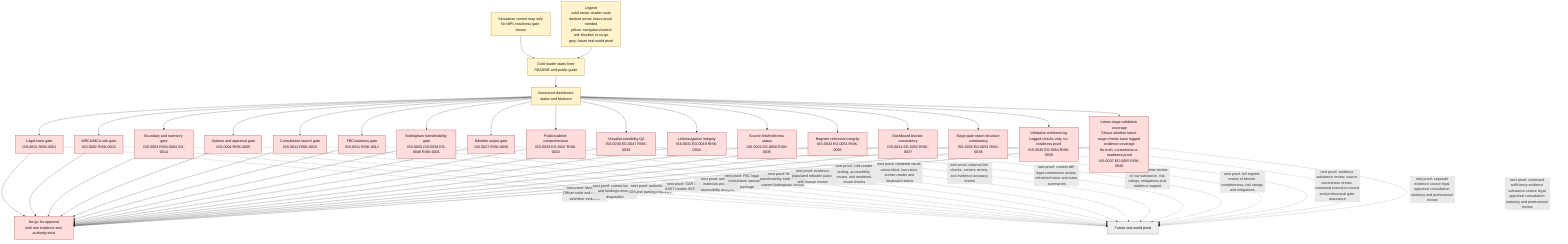
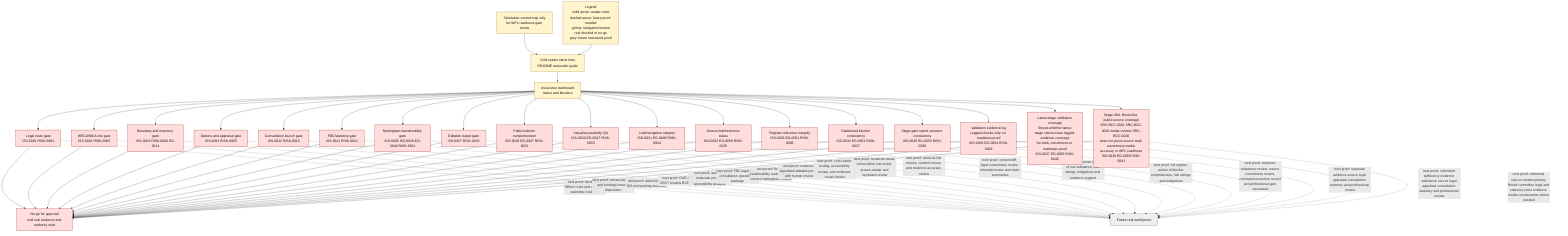
flowchart TD
    Caption["Simulation control map only<br/>No WPL readiness gate closes"]
    Legend["Legend<br/>solid arrow: reader route<br/>dashed arrow: future proof needed<br/>yellow: navigation/control<br/>red: blocked or no-go<br/>grey: future real-world proof"]
    Caption --> Start
    Legend --> Start
    Start["Cold reader starts here<br/>README and public guide"] --> Dash["Assurance dashboard<br/>status and blockers"]
    Dash --> Legal["Legal route gate<br/>ISS-0001 RISK-0001"]
    Dash --> WECA["WECA/MCA role gate<br/>ISS-0002 RISK-0002"]
    Dash --> Spatial["Boundary and inventory gate<br/>ISS-0003 RISK-0004 EG-0014"]
    Dash --> Appraisal["Options and appraisal gate<br/>ISS-0004 RISK-0005"]
    Dash --> Consult["Consultation launch gate<br/>ISS-0012 RISK-0015"]
    Dash --> FBC["FBC/statutory gate<br/>ISS-0011 RISK-0014"]
    Dash --> Nottingham["Nottingham transferability gate<br/>ISS-0005 ISS-0028 EG-0046 RISK-0031"]
    Dash --> Authoring["Editable output gate<br/>ISS-0027 RISK-0030"]
    Dash --> Comprehension["Public/cabinet comprehension<br/>ISS-0029 EG-0047 RISK-0032"]
    Dash --> VisualQA["Visual/accessibility QA<br/>ISS-0030 EG-0047 RISK-0033"]
    Dash --> NavigationQA["Link/navigation integrity<br/>ISS-0031 EG-0049 RISK-0034"]
    Dash --> SourceFreshness["Source-link/freshness status<br/>ISS-0032 EG-0050 RISK-0035"]
    Dash --> RegisterIntegrity["Register reference integrity<br/>ISS-0033 EG-0051 RISK-0036"]
    Dash --> DashboardConsistency["Dashboard blocker consistency<br/>ISS-0034 EG-0052 RISK-0037"]
    Dash --> GateReportQA["Stage-gate report structure consistency<br/>ISS-0035 EG-0053 RISK-0038"]
    Dash --> ValidationEvidence["Validation evidence log<br/>Logged checks only; no readiness proof<br/>ISS-0036 EG-0054 RISK-0039"]
    Dash --> ValidationCoverage["Latest-stage validation coverage<br/>Shows whether latest-stage checks have logged evidence coverage<br/>No truth, currentness or readiness proof<br/>ISS-0037 EG-0055 RISK-0040"]
+     Dash --> BristolPublicSources["Stage 28A: Bristol live public-source coverage<br/>SRC-BCC-0001 SRC-BCC-0002 media context SRC-BCC-0020<br/>does not prove source truth currentness media accuracy or WPL readiness<br/>ISS-0038 EG-0056 RISK-0041"]

    Legal --> NoGo["No-go for approval<br/>until real evidence and authority exist"]
    WECA --> NoGo
    Spatial --> NoGo
    Appraisal --> NoGo
    Consult --> NoGo
    FBC --> NoGo
    Nottingham --> NoGo
    Authoring --> NoGo
    Comprehension --> NoGo
    VisualQA --> NoGo
    NavigationQA --> NoGo
    SourceFreshness --> NoGo
    RegisterIntegrity --> NoGo
    DashboardConsistency --> NoGo
    GateReportQA --> NoGo
    ValidationEvidence --> NoGo
    ValidationCoverage --> NoGo
+     BristolPublicSources --> NoGo

    Legal -. "next proof: Monitoring Officer route and statutory submitter evidence" .-> Proof["Future real-world proof"]
    WECA -. "next proof: current-law role and funding/consent disposition" .-> Proof
    Spatial -. "next proof: authoritative GIS and parking inventory" .-> Proof
    Appraisal -. "next proof: OAR ASR ASST models BCR VFM" .-> Proof
    Consult -. "next proof: authority materials privacy accessibility analysis" .-> Proof
    FBC -. "next proof: FBC legal S151 consultation operations package" .-> Proof
    Nottingham -. "next proof: Bristol transferability evidence and current Nottingham refresh" .-> Proof
    Authoring -. "next proof: evidence-populated editable packs with human review" .-> Proof
    Comprehension -. "next proof: cold-reader testing, accessibility review, and rendered-visual checks" .-> Proof
    VisualQA -. "next proof: rendered visual, colour-blind, low-vision, screen-reader and keyboard review" .-> Proof
    NavigationQA -. "next proof: external-link checks, content review, and evidence accuracy review" .-> Proof
    SourceFreshness -. "next proof: content diff, legal-currentness review, refreshed notes and claim summaries" .-> Proof
    RegisterIntegrity -. "next proof: human review of row substance, risk ratings, mitigations and evidence support" .-> Proof
    DashboardConsistency -. "next proof: full register review of blocker completeness, risk ratings and mitigations" .-> Proof
    GateReportQA -. "next proof: evidence substance review, source currentness review, command execution record and professional gate assurance" .-> Proof
    ValidationEvidence -. "next proof: separate evidence source legal appraisal consultation statutory and professional review" .-> Proof
    ValidationCoverage -. "next proof: command sufficiency evidence substance source legal appraisal consultation statutory and professional review" .-> Proof
+     BristolPublicSources -. "next proof: refreshed source content primary Bristol committee legal and statutory-route evidence media corroboration where needed" .-> Proof

    classDef start fill:#ddf4ff,stroke:#005f99,color:#111111;
    classDef blocked fill:#ffdddd,stroke:#990000,color:#111111;
    classDef guide fill:#fff4cc,stroke:#996600,color:#111111;
    classDef future fill:#eeeeee,stroke:#555555,color:#111111;

    class Start,Dash,Caption,Legend guide;
-     class Legal,WECA,Spatial,Appraisal,Consult,FBC,Nottingham,Authoring,Comprehension,VisualQA,NavigationQA,SourceFreshness,RegisterIntegrity,DashboardConsistency,GateReportQA,ValidationEvidence,ValidationCoverage,NoGo blocked;
+     class Legal,WECA,Spatial,Appraisal,Consult,FBC,Nottingham,Authoring,Comprehension,VisualQA,NavigationQA,SourceFreshness,RegisterIntegrity,DashboardConsistency,GateReportQA,ValidationEvidence,ValidationCoverage,BristolPublicSources,NoGo blocked;
    class Proof future;
